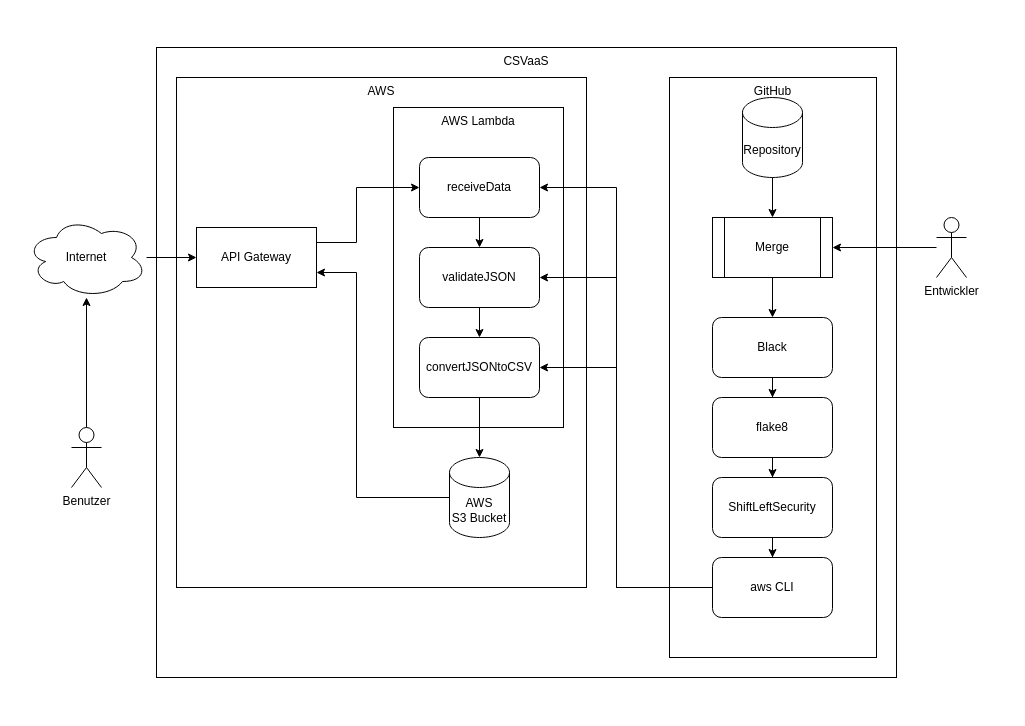
Before: system-ueberischt.drawio in csvaas/Infrastructure, a draw.io diagram. Source tidied: cells renumbered, new cells numbered last; positions are measured from the earlier drawing's top-left corner, leaving out a move shared by most shapes. Both pictures are drawn from the tidied source at 100%, with x=0, y=0 at pixel (26, 47).
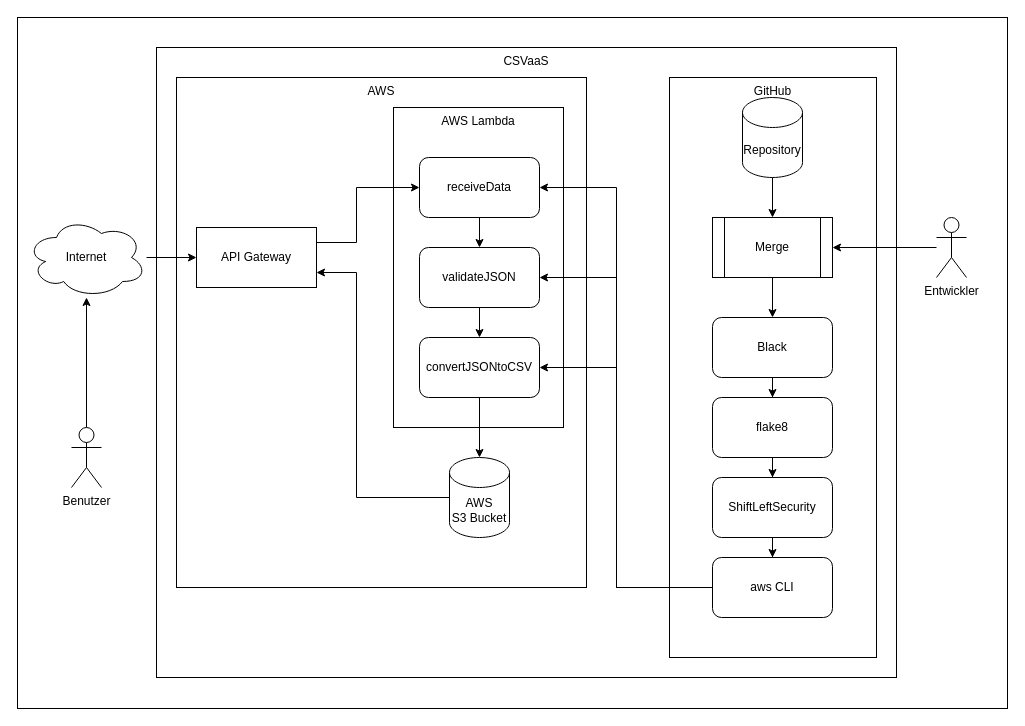
The same diagram, later.

The edit, as a diff of the source:
```diff
@@
+    <mxCell id="36" style="rounded=0;whiteSpace=wrap;html=1;" parent="1" vertex="1">
+      <mxGeometry x="-9" y="-30" width="990" height="691" as="geometry" />
+    </mxCell>
```
